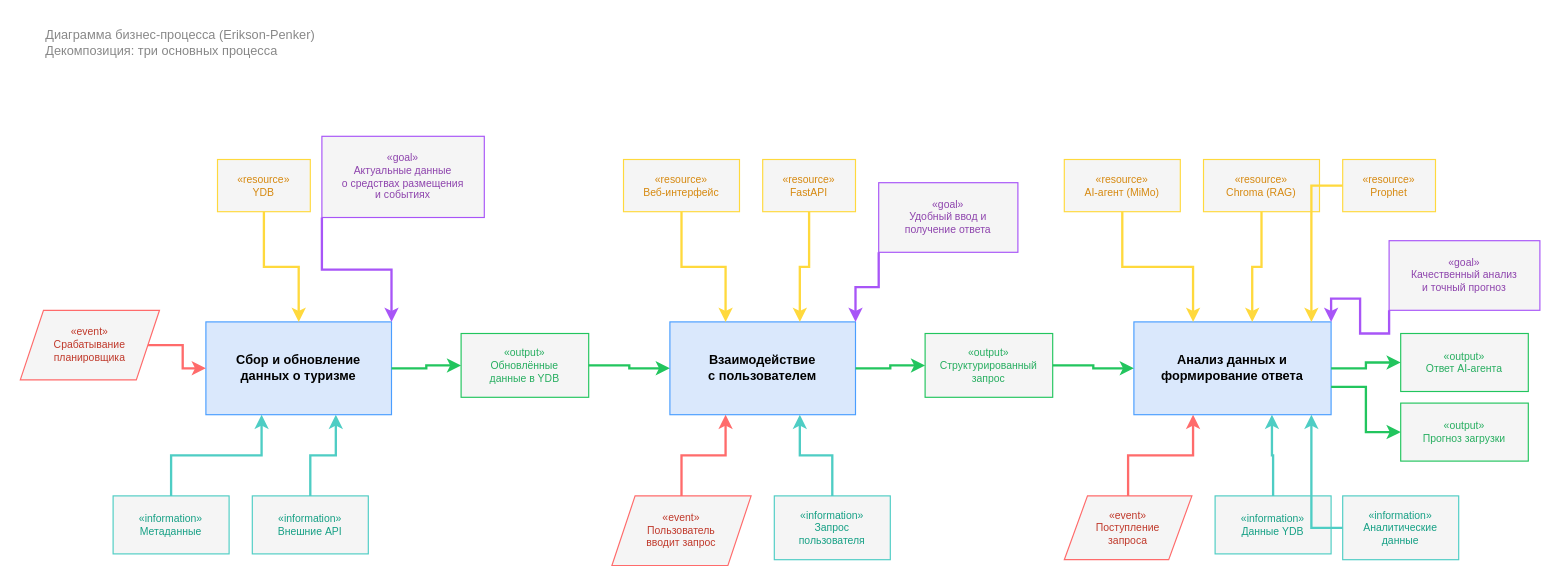
Earlier version of the draw.io diagram page "Декомпозиция" (2 of 2) of models/BP/bp_model.drawio (Vad1mah/irkutsk-tourism-ias). Source tidied: cells renumbered, new cells numbered last; positions are measured from the earlier drawing's top-left corner, leaving out a move shared by most shapes. Both pictures are drawn from the tidied source at 116%, with x=0, y=0 at pixel (20, 20).
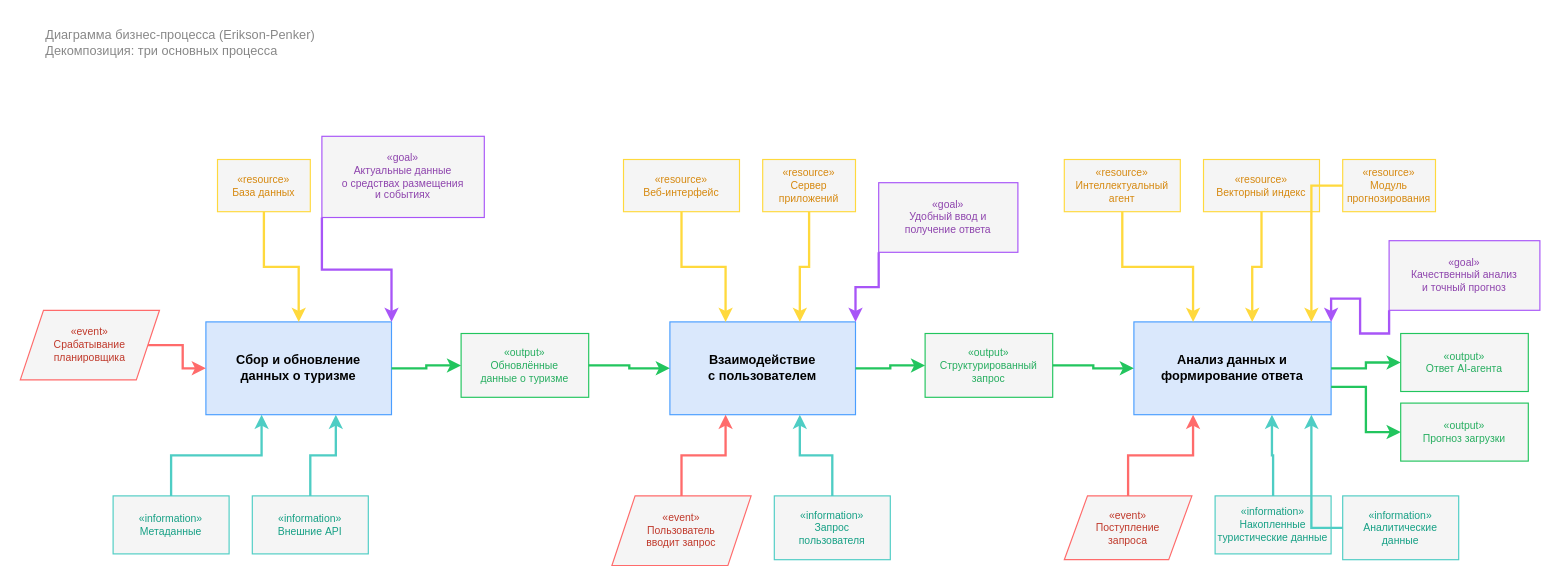
The same diagram, later.

The edit, as a diff of the source:
```diff
@@
-    <mxCell id="9" value="«resource»&#10;YDB" style="rounded=0;whiteSpace=wrap;html=1;fillColor=#f5f5f5;strokeColor=#ffd93d;fontColor=#d68910;fontSize=9;align=center;" parent="1" vertex="1">
+    <mxCell id="9" value="«resource»&#10;База данных" style="rounded=0;whiteSpace=wrap;html=1;fillColor=#f5f5f5;strokeColor=#ffd93d;fontColor=#d68910;fontSize=9;align=center;" parent="1" vertex="1">
       <mxGeometry x="170" y="120" width="80" height="45" as="geometry" />
     </mxCell>
@@
-    <mxCell id="13" value="«output»&#10;Обновлённые&#10;данные в YDB" style="rounded=0;whiteSpace=wrap;html=1;fillColor=#f5f5f5;strokeColor=#22c55e;fontColor=#27ae60;fontSize=9;align=center;" parent="1" vertex="1">
+    <mxCell id="13" value="«output»&#10;Обновлённые&#10;данные о туризме" style="rounded=0;whiteSpace=wrap;html=1;fillColor=#f5f5f5;strokeColor=#22c55e;fontColor=#27ae60;fontSize=9;align=center;" parent="1" vertex="1">
       <mxGeometry x="380" y="270" width="110" height="55" as="geometry" />
     </mxCell>
@@
-    <mxCell id="22" value="«resource»&#10;FastAPI" style="rounded=0;whiteSpace=wrap;html=1;fillColor=#f5f5f5;strokeColor=#ffd93d;fontColor=#d68910;fontSize=9;align=center;" parent="1" vertex="1">
+    <mxCell id="22" value="«resource»&#10;Сервер приложений" style="rounded=0;whiteSpace=wrap;html=1;fillColor=#f5f5f5;strokeColor=#ffd93d;fontColor=#d68910;fontSize=9;align=center;" parent="1" vertex="1">
       <mxGeometry x="640" y="120" width="80" height="45" as="geometry" />
     </mxCell>
@@
-    <mxCell id="31" value="«information»&#10;Данные YDB" style="rounded=0;whiteSpace=wrap;html=1;fillColor=#f5f5f5;strokeColor=#4ecdc4;fontColor=#16a085;fontSize=9;align=center;" parent="1" vertex="1">
+    <mxCell id="31" value="«information»&#10;Накопленные&#10;туристические данные" style="rounded=0;whiteSpace=wrap;html=1;fillColor=#f5f5f5;strokeColor=#4ecdc4;fontColor=#16a085;fontSize=9;align=center;" parent="1" vertex="1">
       <mxGeometry x="1030" y="410" width="100" height="50" as="geometry" />
     </mxCell>
@@
-    <mxCell id="35" value="«resource»&#10;AI-агент (MiMo)" style="rounded=0;whiteSpace=wrap;html=1;fillColor=#f5f5f5;strokeColor=#ffd93d;fontColor=#d68910;fontSize=9;align=center;" parent="1" vertex="1">
+    <mxCell id="35" value="«resource»&#10;Интеллектуальный агент" style="rounded=0;whiteSpace=wrap;html=1;fillColor=#f5f5f5;strokeColor=#ffd93d;fontColor=#d68910;fontSize=9;align=center;" parent="1" vertex="1">
       <mxGeometry x="900" y="120" width="100" height="45" as="geometry" />
     </mxCell>
@@
-    <mxCell id="37" value="«resource»&#10;Chroma (RAG)" style="rounded=0;whiteSpace=wrap;html=1;fillColor=#f5f5f5;strokeColor=#ffd93d;fontColor=#d68910;fontSize=9;align=center;" parent="1" vertex="1">
+    <mxCell id="37" value="«resource»&#10;Векторный индекс" style="rounded=0;whiteSpace=wrap;html=1;fillColor=#f5f5f5;strokeColor=#ffd93d;fontColor=#d68910;fontSize=9;align=center;" parent="1" vertex="1">
       <mxGeometry x="1020" y="120" width="100" height="45" as="geometry" />
     </mxCell>
@@
-    <mxCell id="39" value="«resource»&#10;Prophet" style="rounded=0;whiteSpace=wrap;html=1;fillColor=#f5f5f5;strokeColor=#ffd93d;fontColor=#d68910;fontSize=9;align=center;" parent="1" vertex="1">
+    <mxCell id="39" value="«resource»&#10;Модуль прогнозирования" style="rounded=0;whiteSpace=wrap;html=1;fillColor=#f5f5f5;strokeColor=#ffd93d;fontColor=#d68910;fontSize=9;align=center;" parent="1" vertex="1">
       <mxGeometry x="1140" y="120" width="80" height="45" as="geometry" />
     </mxCell>
```
